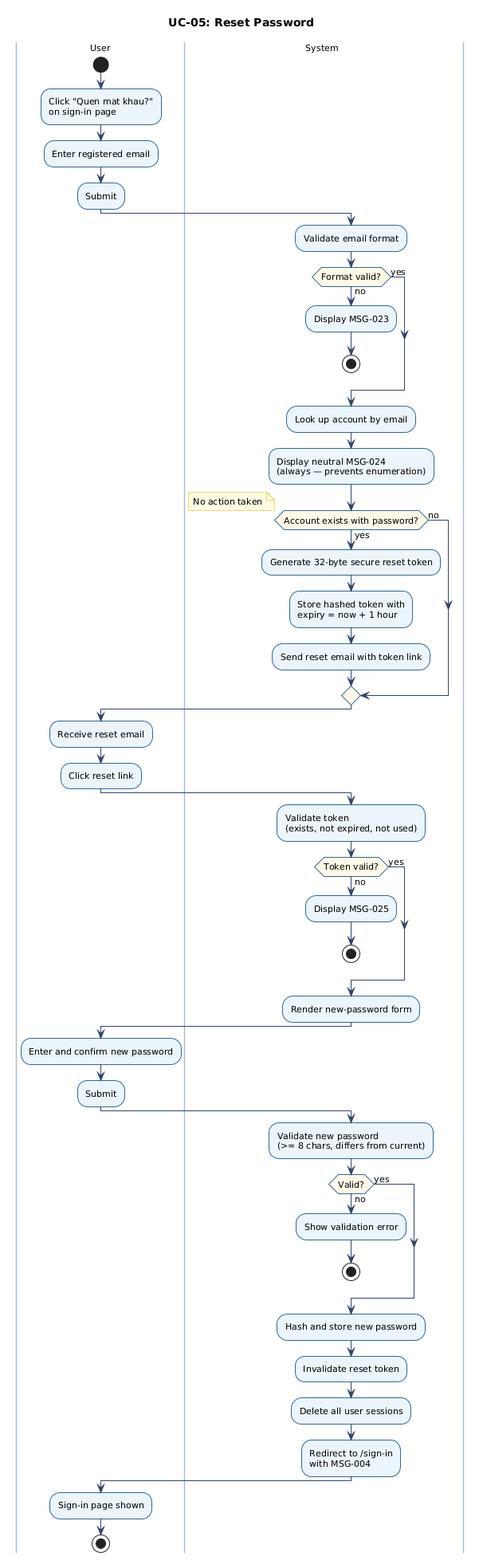
This is docs/figures/uc-05-activity.png from chinhbmt122/Software-Architecture, a PlantUML export, as it was before one commit. The source it was exported from:
```plantuml
@startuml
skinparam defaultFontName Arial
skinparam defaultFontSize 11
skinparam ArrowColor #334466
skinparam ActivityBorderColor #336699
skinparam ActivityBackgroundColor #EBF4FA
skinparam ActivityBorderThickness 1
skinparam ActivityDiamondBorderColor #336699
skinparam ActivityDiamondBackgroundColor #FFF9E6
skinparam NoteBackgroundColor #FFFCE0
skinparam NoteBorderColor #CCBB00
skinparam swimlaneBorderColor #AABBCC
skinparam swimlaneWidth 160
skinparam shadowing false
title UC-05: Reset Password
|User|
start
:Click "Quen mat khau?"\non sign-in page;
:Enter registered email;
:Submit;
|System|
:Validate email format;
if (Format valid?) then (no)
  :Display MSG-023;
  stop
else (yes)
endif
:Look up account by email;
:Display neutral MSG-024\n(always — prevents enumeration);
if (Account exists with password?) then (yes)
  :Generate 32-byte secure reset token;
  :Store hashed token with\nexpiry = now + 1 hour;
  :Send reset email with token link;
else (no)
  note right: No action taken
endif
|User|
:Receive reset email;
:Click reset link;
|System|
:Validate token\n(exists, not expired, not used);
if (Token valid?) then (no)
  :Display MSG-025;
  stop
else (yes)
endif
:Render new-password form;
|User|
:Enter and confirm new password;
:Submit;
|System|
:Validate new password\n(>= 8 chars, differs from current);
if (Valid?) then (no)
  :Show validation error;
  stop
else (yes)
endif
:Hash and store new password;
:Invalidate reset token;
:Delete all user sessions;
:Redirect to /sign-in\nwith MSG-004;
|User|
:Sign-in page shown;
stop
@enduml
```
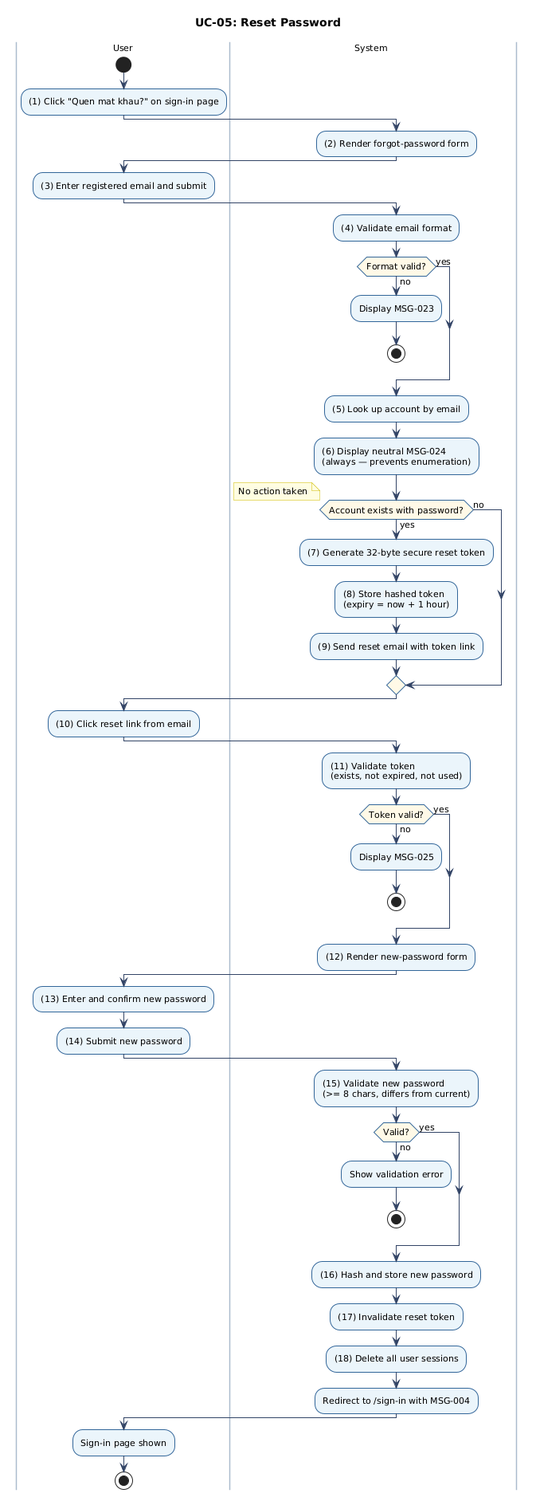
The same diagram one commit later.

Diff of the diagram source:
```diff
@@ -15,50 +15,51 @@
 title UC-05: Reset Password
 |User|
 start
-:Click "Quen mat khau?"\non sign-in page;
-:Enter registered email;
-:Submit;
+:(1) Click "Quen mat khau?" on sign-in page;
 |System|
-:Validate email format;
+:(2) Render forgot-password form;
+|User|
+:(3) Enter registered email and submit;
+|System|
+:(4) Validate email format;
 if (Format valid?) then (no)
   :Display MSG-023;
   stop
 else (yes)
 endif
-:Look up account by email;
-:Display neutral MSG-024\n(always — prevents enumeration);
+:(5) Look up account by email;
+:(6) Display neutral MSG-024\n(always — prevents enumeration);
 if (Account exists with password?) then (yes)
-  :Generate 32-byte secure reset token;
-  :Store hashed token with\nexpiry = now + 1 hour;
-  :Send reset email with token link;
+  :(7) Generate 32-byte secure reset token;
+  :(8) Store hashed token\n(expiry = now + 1 hour);
+  :(9) Send reset email with token link;
 else (no)
   note right: No action taken
 endif
 |User|
-:Receive reset email;
-:Click reset link;
+:(10) Click reset link from email;
 |System|
-:Validate token\n(exists, not expired, not used);
+:(11) Validate token\n(exists, not expired, not used);
 if (Token valid?) then (no)
   :Display MSG-025;
   stop
 else (yes)
 endif
-:Render new-password form;
+:(12) Render new-password form;
 |User|
-:Enter and confirm new password;
-:Submit;
+:(13) Enter and confirm new password;
+:(14) Submit new password;
 |System|
-:Validate new password\n(>= 8 chars, differs from current);
+:(15) Validate new password\n(>= 8 chars, differs from current);
 if (Valid?) then (no)
   :Show validation error;
   stop
 else (yes)
 endif
-:Hash and store new password;
-:Invalidate reset token;
-:Delete all user sessions;
-:Redirect to /sign-in\nwith MSG-004;
+:(16) Hash and store new password;
+:(17) Invalidate reset token;
+:(18) Delete all user sessions;
+:Redirect to /sign-in with MSG-004;
 |User|
 :Sign-in page shown;
 stop
```
